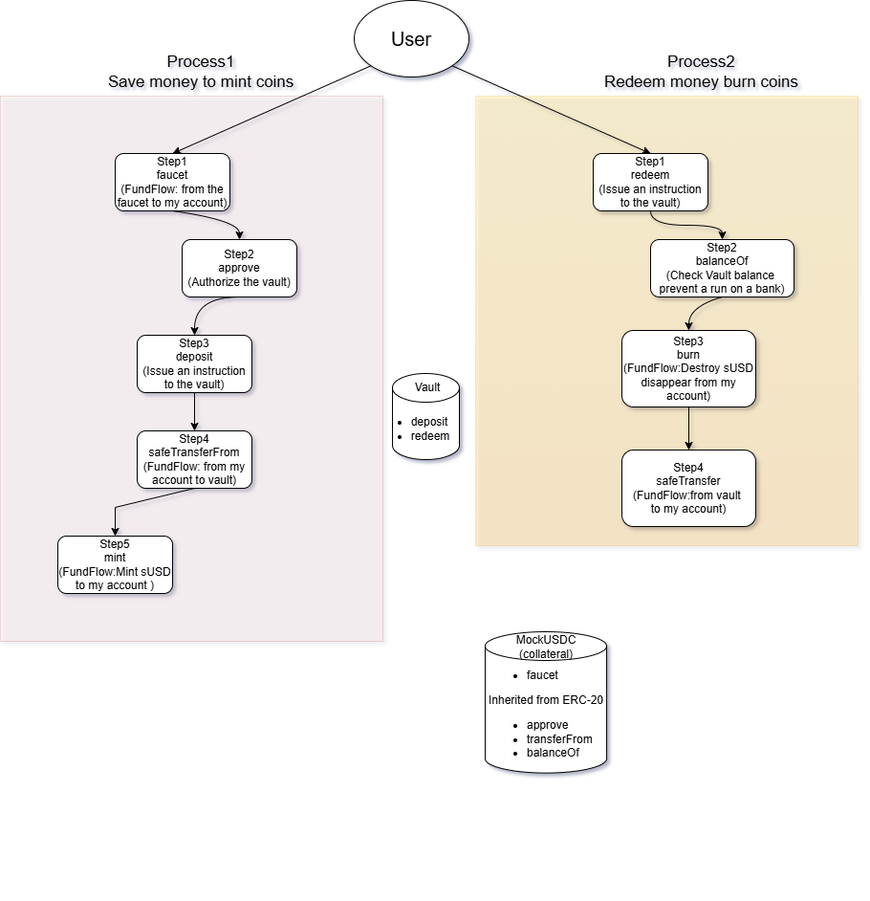
Above: architecture.png in xiaomangli69-max/stablecoin-lab-2026 (draw.io), before the change. Source tidied: cells renumbered, new cells last; positions are measured from the earlier drawing's top-left corner, leaving out a move shared by most shapes.
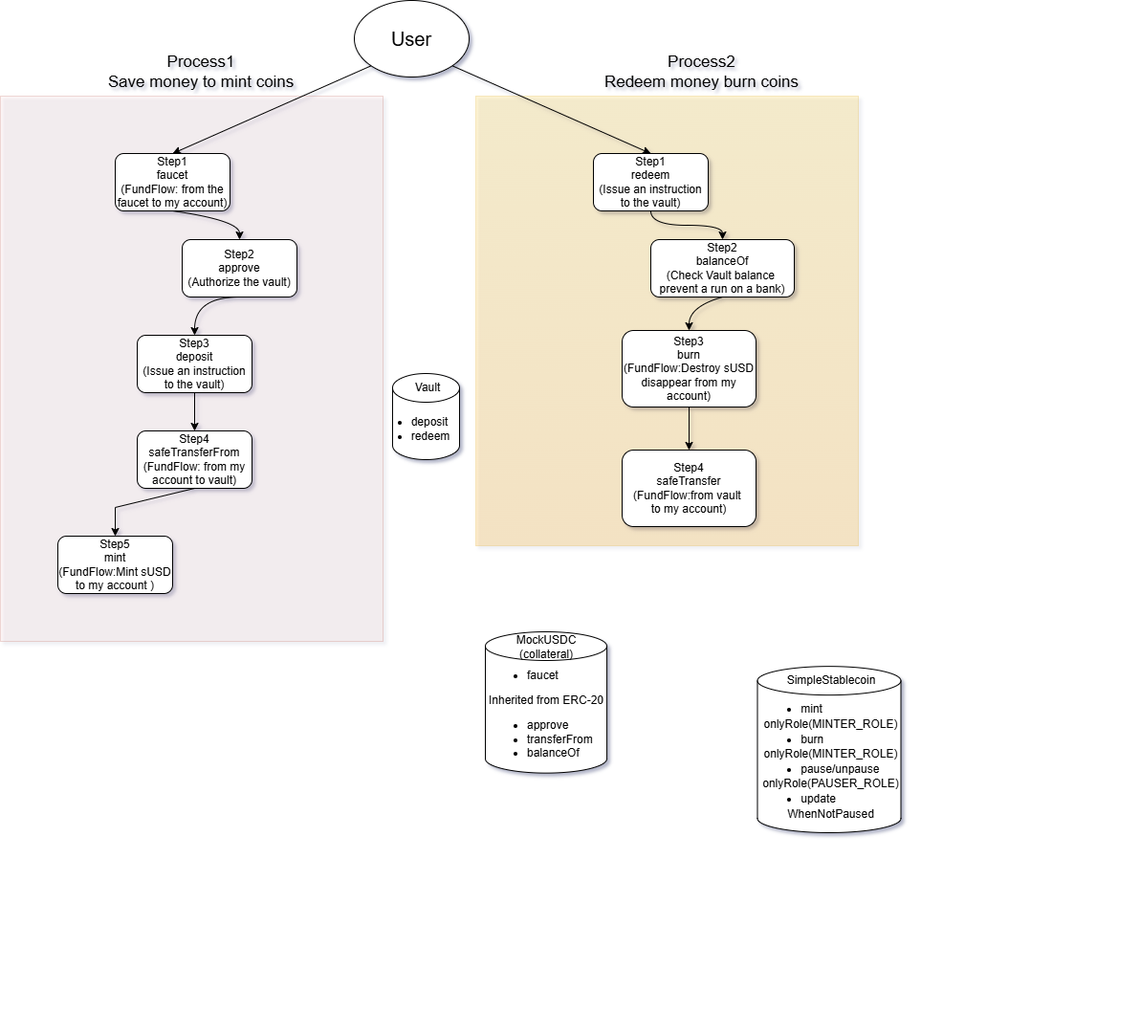
The same file after the commit.

What changed in the source:
```diff
@@ -112,5 +112,17 @@
     <mxCell id="32" value="&lt;div&gt;&lt;ul style=&quot;text-align: left;&quot;&gt;&lt;li&gt;faucet&lt;/li&gt;&lt;/ul&gt;Inherited from ERC-20&lt;div&gt;&lt;ul&gt;&lt;li style=&quot;text-align: left;&quot;&gt;approve&lt;/li&gt;&lt;li style=&quot;text-align: left;&quot;&gt;transferFrom&lt;/li&gt;&lt;li style=&quot;text-align: left;&quot;&gt;balanceOf&lt;/li&gt;&lt;/ul&gt;&lt;/div&gt;&lt;/div&gt;" style="text;html=1;whiteSpace=wrap;strokeColor=none;fillColor=none;align=center;verticalAlign=middle;rounded=0;" parent="29" vertex="1">
       <mxGeometry x="9.5" y="40" width="162" height="71.9" as="geometry" />
     </mxCell>
+    <mxCell id="33" style="group;" parent="1" vertex="1">
+      <mxGeometry x="760" y="710" width="420" height="360" as="geometry" />
+    </mxCell>
+    <mxCell id="34" style="shape=cylinder3;whiteSpace=wrap;html=1;boundedLbl=1;backgroundOutline=1;size=15;labelBackgroundColor=none;align=left;" parent="33" vertex="1">
+      <mxGeometry x="31.5" y="-13.8" width="150" height="173.8" as="geometry" />
+    </mxCell>
+    <mxCell id="35" value="SimpleStablecoin" style="text;html=1;whiteSpace=wrap;strokeColor=none;fillColor=none;align=center;verticalAlign=middle;rounded=0;" parent="33" vertex="1">
+      <mxGeometry x="45.6" y="-30.5" width="126" height="63.5" as="geometry" />
+    </mxCell>
+    <mxCell id="36" value="&lt;div style=&quot;line-height: 30%;&quot;&gt;&lt;ul style=&quot;text-align: left;&quot;&gt;&lt;li&gt;mint&lt;/li&gt;&lt;/ul&gt;onlyRole(MINTER_ROLE)&lt;br&gt;&lt;div&gt;&lt;ul&gt;&lt;li style=&quot;text-align: left;&quot;&gt;burn&lt;/li&gt;&lt;/ul&gt;onlyRole(MINTER_ROLE)&lt;br&gt;&lt;ul&gt;&lt;li style=&quot;text-align: left;&quot;&gt;pause/unpause&lt;/li&gt;&lt;/ul&gt;onlyRole(PAUSER_ROLE)&lt;br&gt;&lt;ul&gt;&lt;li style=&quot;text-align: left;&quot;&gt;update&lt;/li&gt;&lt;/ul&gt;WhenNotPaused&lt;/div&gt;&lt;/div&gt;" style="text;html=1;whiteSpace=wrap;strokeColor=none;fillColor=none;align=center;verticalAlign=middle;rounded=0;" parent="33" vertex="1">
+      <mxGeometry x="14.1" y="31" width="189" height="99.5" as="geometry" />
+    </mxCell>
   </root>
 </mxGraphModel>
```
